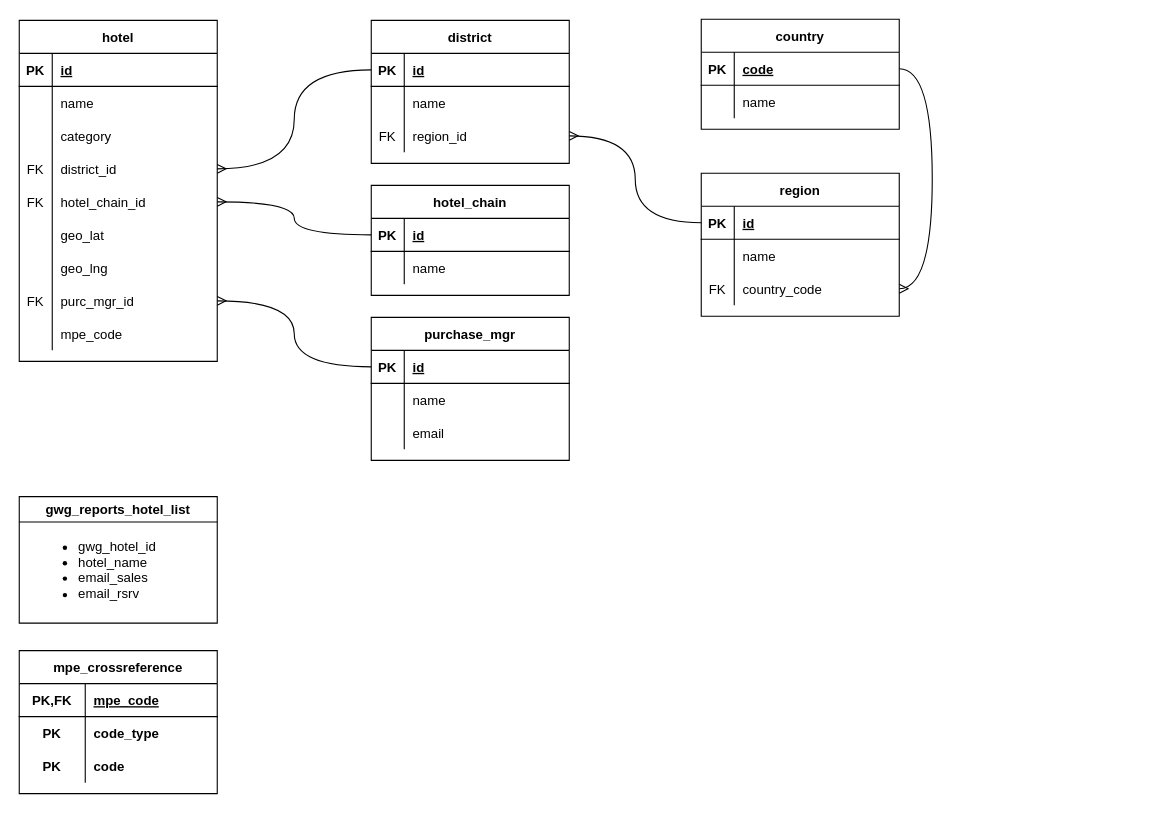
Before: hotels_master_list.drawio in justivan/drawio-diagrams, a draw.io diagram. Source tidied: cells renumbered, new cells numbered last; positions are measured from the earlier drawing's top-left corner, leaving out a move shared by most shapes. Both pictures are drawn from the tidied source at 110%, with x=0, y=0 at pixel (19, 19).
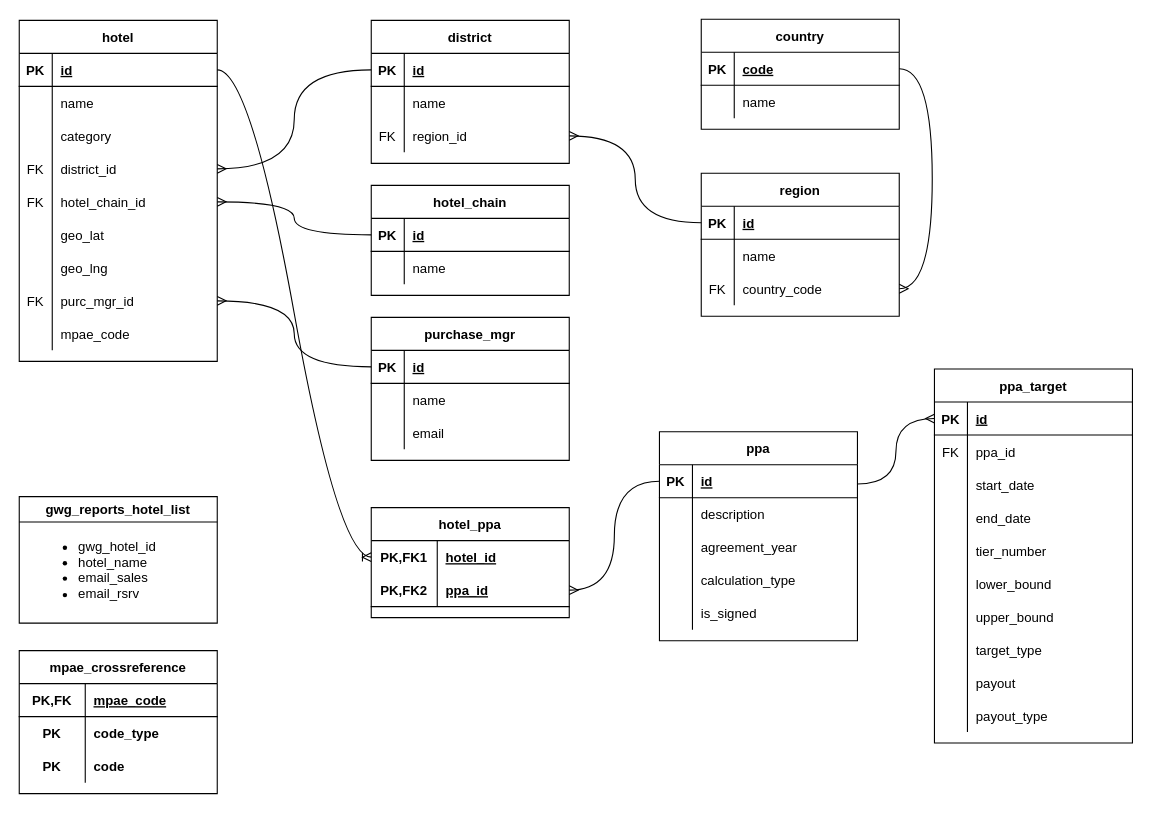
After the change.

Unchanged cells that the change refers to:
```xml
<mxCell id="3" style="shape=tableRow;horizontal=0;startSize=0;swimlaneHead=0;swimlaneBody=0;fillColor=none;points=[[0,0.5],[1,0.5]];portConstraint=eastwest;top=0;left=0;right=0;bottom=1;" parent="2" vertex="1">
  <mxGeometry y="30" width="180" height="30" as="geometry" />
</mxCell>
<mxCell id="27" style="shape=tableRow;horizontal=0;startSize=0;swimlaneHead=0;swimlaneBody=0;fillColor=none;top=0;left=0;right=0;bottom=0;" parent="2" vertex="1">
  <mxGeometry y="270" width="180" height="30" as="geometry" />
</mxCell>
<mxCell id="79" value="gwg_reports_hotel_list" style="swimlane;labelBackgroundColor=default;swimlaneFillColor=none;gradientColor=none;" parent="1" vertex="1">
  <mxGeometry y="434" width="180" height="115" as="geometry" />
</mxCell>
<mxCell id="82" style="shape=tableRow;horizontal=0;startSize=0;swimlaneHead=0;swimlaneBody=0;fillColor=none;top=0;left=0;right=0;bottom=1;" parent="81" vertex="1">
  <mxGeometry y="30" width="180" height="30" as="geometry" />
</mxCell>
```

What changed in the source:
```diff
@@
-    <mxCell id="29" value="mpe_code" style="shape=partialRectangle;fillColor=none;top=0;left=0;bottom=0;right=0;align=left;spacingLeft=6;overflow=hidden;" parent="27" vertex="1">
+    <mxCell id="29" value="mpae_code" style="shape=partialRectangle;fillColor=none;top=0;left=0;bottom=0;right=0;align=left;spacingLeft=6;overflow=hidden;" parent="27" vertex="1">
       <mxGeometry x="30" width="150" height="30" as="geometry" />
     </mxCell>
@@
-    <mxCell id="80" value="&lt;ul&gt;&lt;li&gt;gwg_hotel_id&lt;/li&gt;&lt;li&gt;hotel_name&lt;/li&gt;&lt;li&gt;email_sales&lt;/li&gt;&lt;li&gt;email_rsrv&lt;/li&gt;&lt;/ul&gt;" style="text;strokeColor=none;fillColor=none;html=1;whiteSpace=wrap;verticalAlign=middle;overflow=hidden;" parent="79" vertex="1">
+    <mxCell id="80" value="&lt;ul&gt;&lt;li&gt;gwg_hotel_id&lt;/li&gt;&lt;li&gt;hotel_name&lt;/li&gt;&lt;li&gt;email_sales&lt;/li&gt;&lt;li&gt;email_rsrv&lt;/li&gt;&lt;/ul&gt;" style="text;strokeColor=none;fillColor=none;html=1;verticalAlign=middle;overflow=hidden;horizontal=1;whiteSpace=wrap;spacingTop=0;strokeWidth=5;" parent="79" vertex="1">
       <mxGeometry x="12" y="24" width="158" height="80" as="geometry" />
     </mxCell>
-    <mxCell id="81" value="mpe_crossreference" style="shape=table;startSize=30;childLayout=tableLayout;rowLines=0;fontStyle=1;align=center;" parent="1" vertex="1">
+    <mxCell id="81" value="mpae_crossreference" style="shape=table;startSize=30;childLayout=tableLayout;rowLines=0;fontStyle=1;align=center;" parent="1" vertex="1">
       <mxGeometry y="574" width="180" height="130" as="geometry" />
     </mxCell>
@@
-    <mxCell id="84" value="mpe_code" style="shape=partialRectangle;fillColor=none;top=0;left=0;bottom=0;right=0;align=left;spacingLeft=6;fontStyle=5;overflow=hidden;" parent="82" vertex="1">
+    <mxCell id="84" value="mpae_code" style="shape=partialRectangle;fillColor=none;top=0;left=0;bottom=0;right=0;align=left;spacingLeft=6;fontStyle=5;overflow=hidden;" parent="82" vertex="1">
       <mxGeometry x="60" width="120" height="30" as="geometry" />
     </mxCell>
@@
+    <mxCell id="92" value="hotel_ppa" style="shape=table;startSize=30;childLayout=tableLayout;rowLines=0;fontStyle=1;align=center;" parent="1" vertex="1">
+      <mxGeometry x="320" y="444" width="180" height="100" as="geometry" />
+    </mxCell>
+    <mxCell id="93" style="shape=tableRow;horizontal=0;startSize=0;swimlaneHead=0;swimlaneBody=0;fillColor=none;points=[[0,0.5],[1,0.5]];portConstraint=eastwest;top=0;left=0;right=0;bottom=0;" parent="92" vertex="1">
+      <mxGeometry y="30" width="180" height="30" as="geometry" />
+    </mxCell>
+    <mxCell id="94" value="PK,FK1" style="shape=partialRectangle;fillColor=none;top=0;left=0;bottom=0;right=0;fontStyle=1;overflow=hidden;" parent="93" vertex="1">
+      <mxGeometry width="60" height="30" as="geometry" />
+    </mxCell>
+    <mxCell id="95" value="hotel_id" style="shape=partialRectangle;fillColor=none;top=0;left=0;bottom=0;right=0;align=left;spacingLeft=6;fontStyle=5;overflow=hidden;" parent="93" vertex="1">
+      <mxGeometry x="60" width="120" height="30" as="geometry" />
+    </mxCell>
+    <mxCell id="96" style="shape=tableRow;horizontal=0;startSize=0;swimlaneHead=0;swimlaneBody=0;fillColor=none;points=[[0,0.5],[1,0.5]];portConstraint=eastwest;top=0;left=0;right=0;bottom=1;" parent="92" vertex="1">
+      <mxGeometry y="60" width="180" height="30" as="geometry" />
+    </mxCell>
+    <mxCell id="97" value="PK,FK2" style="shape=partialRectangle;fillColor=none;top=0;left=0;bottom=0;right=0;fontStyle=1;overflow=hidden;" parent="96" vertex="1">
+      <mxGeometry width="60" height="30" as="geometry" />
+    </mxCell>
+    <mxCell id="98" value="ppa_id" style="shape=partialRectangle;fillColor=none;top=0;left=0;bottom=0;right=0;align=left;spacingLeft=6;fontStyle=5;overflow=hidden;" parent="96" vertex="1">
+      <mxGeometry x="60" width="120" height="30" as="geometry" />
+    </mxCell>
+    <mxCell id="99" style="edgeStyle=orthogonalEdgeStyle;curved=1;rounded=0;jettySize=auto;html=1;exitX=1;exitY=0.25;exitDx=0;exitDy=0;entryX=0;entryY=0.5;entryDx=0;entryDy=0;endArrow=ERmany;endFill=0;" parent="1" edge="1" source="100" target="117">
+      <mxGeometry relative="1" as="geometry" />
+    </mxCell>
+    <mxCell id="100" value="ppa" style="shape=table;startSize=30;childLayout=tableLayout;rowLines=0;fontStyle=1;align=center;" parent="1" vertex="1">
+      <mxGeometry x="582" y="375" width="180" height="190" as="geometry" />
+    </mxCell>
+    <mxCell id="101" style="shape=tableRow;horizontal=0;startSize=0;swimlaneHead=0;swimlaneBody=0;fillColor=none;points=[[0,0.5],[1,0.5]];portConstraint=eastwest;top=0;left=0;right=0;bottom=1;" parent="100" vertex="1">
+      <mxGeometry y="30" width="180" height="30" as="geometry" />
+    </mxCell>
+    <mxCell id="102" value="PK" style="shape=partialRectangle;fillColor=none;top=0;left=0;bottom=0;right=0;fontStyle=1;overflow=hidden;" parent="101" vertex="1">
+      <mxGeometry width="30" height="30" as="geometry" />
+    </mxCell>
+    <mxCell id="103" value="id" style="shape=partialRectangle;fillColor=none;top=0;left=0;bottom=0;right=0;align=left;spacingLeft=6;fontStyle=5;overflow=hidden;" parent="101" vertex="1">
+      <mxGeometry x="30" width="150" height="30" as="geometry" />
+    </mxCell>
+    <mxCell id="104" style="shape=tableRow;horizontal=0;startSize=0;swimlaneHead=0;swimlaneBody=0;fillColor=none;top=0;left=0;right=0;bottom=0;" parent="100" vertex="1">
+      <mxGeometry y="60" width="180" height="30" as="geometry" />
+    </mxCell>
+    <mxCell id="105" style="shape=partialRectangle;fillColor=none;top=0;left=0;bottom=0;right=0;overflow=hidden;" parent="104" vertex="1">
+      <mxGeometry width="30" height="30" as="geometry" />
+    </mxCell>
+    <mxCell id="106" value="description" style="shape=partialRectangle;fillColor=none;top=0;left=0;bottom=0;right=0;align=left;spacingLeft=6;overflow=hidden;" parent="104" vertex="1">
+      <mxGeometry x="30" width="150" height="30" as="geometry" />
+    </mxCell>
+    <mxCell id="107" style="shape=tableRow;horizontal=0;startSize=0;swimlaneHead=0;swimlaneBody=0;fillColor=none;top=0;left=0;right=0;bottom=0;" parent="100" vertex="1">
+      <mxGeometry y="90" width="180" height="30" as="geometry" />
+    </mxCell>
+    <mxCell id="108" style="shape=partialRectangle;fillColor=none;top=0;left=0;bottom=0;right=0;overflow=hidden;" parent="107" vertex="1">
+      <mxGeometry width="30" height="30" as="geometry" />
+    </mxCell>
+    <mxCell id="109" value="agreement_year" style="shape=partialRectangle;fillColor=none;top=0;left=0;bottom=0;right=0;align=left;spacingLeft=6;overflow=hidden;" parent="107" vertex="1">
+      <mxGeometry x="30" width="150" height="30" as="geometry" />
+    </mxCell>
+    <mxCell id="110" style="shape=tableRow;horizontal=0;startSize=0;swimlaneHead=0;swimlaneBody=0;fillColor=none;top=0;left=0;right=0;bottom=0;" parent="100" vertex="1">
+      <mxGeometry y="120" width="180" height="30" as="geometry" />
+    </mxCell>
+    <mxCell id="111" style="shape=partialRectangle;fillColor=none;top=0;left=0;bottom=0;right=0;overflow=hidden;" parent="110" vertex="1">
+      <mxGeometry width="30" height="30" as="geometry" />
+    </mxCell>
+    <mxCell id="112" value="calculation_type" style="shape=partialRectangle;fillColor=none;top=0;left=0;bottom=0;right=0;align=left;spacingLeft=6;overflow=hidden;" parent="110" vertex="1">
+      <mxGeometry x="30" width="150" height="30" as="geometry" />
+    </mxCell>
+    <mxCell id="113" style="shape=tableRow;horizontal=0;startSize=0;swimlaneHead=0;swimlaneBody=0;fillColor=none;top=0;left=0;right=0;bottom=0;" parent="100" vertex="1">
+      <mxGeometry y="150" width="180" height="30" as="geometry" />
+    </mxCell>
+    <mxCell id="114" style="shape=partialRectangle;fillColor=none;top=0;left=0;bottom=0;right=0;overflow=hidden;" parent="113" vertex="1">
+      <mxGeometry width="30" height="30" as="geometry" />
+    </mxCell>
+    <mxCell id="115" value="is_signed" style="shape=partialRectangle;fillColor=none;top=0;left=0;bottom=0;right=0;align=left;spacingLeft=6;overflow=hidden;" parent="113" vertex="1">
+      <mxGeometry x="30" width="150" height="30" as="geometry" />
+    </mxCell>
+    <mxCell id="116" value="ppa_target" style="shape=table;startSize=30;childLayout=tableLayout;rowLines=0;fontStyle=1;align=center;" parent="1" vertex="1">
+      <mxGeometry x="832" y="318" width="180" height="340" as="geometry" />
+    </mxCell>
+    <mxCell id="117" style="shape=tableRow;horizontal=0;startSize=0;swimlaneHead=0;swimlaneBody=0;fillColor=none;points=[[0,0.5],[1,0.5]];portConstraint=eastwest;top=0;left=0;right=0;bottom=1;" parent="116" vertex="1">
+      <mxGeometry y="30" width="180" height="30" as="geometry" />
+    </mxCell>
+    <mxCell id="118" value="PK" style="shape=partialRectangle;fillColor=none;top=0;left=0;bottom=0;right=0;fontStyle=1;overflow=hidden;" parent="117" vertex="1">
+      <mxGeometry width="30" height="30" as="geometry" />
+    </mxCell>
+    <mxCell id="119" value="id" style="shape=partialRectangle;fillColor=none;top=0;left=0;bottom=0;right=0;align=left;spacingLeft=6;fontStyle=5;overflow=hidden;" parent="117" vertex="1">
+      <mxGeometry x="30" width="150" height="30" as="geometry" />
+    </mxCell>
+    <mxCell id="120" style="shape=tableRow;horizontal=0;startSize=0;swimlaneHead=0;swimlaneBody=0;fillColor=none;top=0;left=0;right=0;bottom=0;" parent="116" vertex="1">
+      <mxGeometry y="60" width="180" height="30" as="geometry" />
+    </mxCell>
+    <mxCell id="121" value="FK" style="shape=partialRectangle;fillColor=none;top=0;left=0;bottom=0;right=0;overflow=hidden;" parent="120" vertex="1">
+      <mxGeometry width="30" height="30" as="geometry" />
+    </mxCell>
+    <mxCell id="122" value="ppa_id" style="shape=partialRectangle;fillColor=none;top=0;left=0;bottom=0;right=0;align=left;spacingLeft=6;overflow=hidden;" parent="120" vertex="1">
+      <mxGeometry x="30" width="150" height="30" as="geometry" />
+    </mxCell>
+    <mxCell id="123" style="shape=tableRow;horizontal=0;startSize=0;swimlaneHead=0;swimlaneBody=0;fillColor=none;top=0;left=0;right=0;bottom=0;" parent="116" vertex="1">
+      <mxGeometry y="90" width="180" height="30" as="geometry" />
+    </mxCell>
+    <mxCell id="124" style="shape=partialRectangle;fillColor=none;top=0;left=0;bottom=0;right=0;overflow=hidden;" parent="123" vertex="1">
+      <mxGeometry width="30" height="30" as="geometry" />
+    </mxCell>
+    <mxCell id="125" value="start_date" style="shape=partialRectangle;fillColor=none;top=0;left=0;bottom=0;right=0;align=left;spacingLeft=6;overflow=hidden;" parent="123" vertex="1">
+      <mxGeometry x="30" width="150" height="30" as="geometry" />
+    </mxCell>
+    <mxCell id="126" style="shape=tableRow;horizontal=0;startSize=0;swimlaneHead=0;swimlaneBody=0;fillColor=none;top=0;left=0;right=0;bottom=0;" parent="116" vertex="1">
+      <mxGeometry y="120" width="180" height="30" as="geometry" />
+    </mxCell>
+    <mxCell id="127" style="shape=partialRectangle;fillColor=none;top=0;left=0;bottom=0;right=0;overflow=hidden;" parent="126" vertex="1">
+      <mxGeometry width="30" height="30" as="geometry" />
+    </mxCell>
+    <mxCell id="128" value="end_date" style="shape=partialRectangle;fillColor=none;top=0;left=0;bottom=0;right=0;align=left;spacingLeft=6;overflow=hidden;" parent="126" vertex="1">
+      <mxGeometry x="30" width="150" height="30" as="geometry" />
+    </mxCell>
+    <mxCell id="129" style="shape=tableRow;horizontal=0;startSize=0;swimlaneHead=0;swimlaneBody=0;fillColor=none;top=0;left=0;right=0;bottom=0;" parent="116" vertex="1">
+      <mxGeometry y="150" width="180" height="30" as="geometry" />
+    </mxCell>
+    <mxCell id="130" style="shape=partialRectangle;fillColor=none;top=0;left=0;bottom=0;right=0;overflow=hidden;" parent="129" vertex="1">
+      <mxGeometry width="30" height="30" as="geometry" />
+    </mxCell>
+    <mxCell id="131" value="tier_number" style="shape=partialRectangle;fillColor=none;top=0;left=0;bottom=0;right=0;align=left;spacingLeft=6;overflow=hidden;" parent="129" vertex="1">
+      <mxGeometry x="30" width="150" height="30" as="geometry" />
+    </mxCell>
+    <mxCell id="132" style="shape=tableRow;horizontal=0;startSize=0;swimlaneHead=0;swimlaneBody=0;fillColor=none;top=0;left=0;right=0;bottom=0;" parent="116" vertex="1">
+      <mxGeometry y="180" width="180" height="30" as="geometry" />
+    </mxCell>
+    <mxCell id="133" style="shape=partialRectangle;fillColor=none;top=0;left=0;bottom=0;right=0;overflow=hidden;" parent="132" vertex="1">
+      <mxGeometry width="30" height="30" as="geometry" />
+    </mxCell>
+    <mxCell id="134" value="lower_bound" style="shape=partialRectangle;fillColor=none;top=0;left=0;bottom=0;right=0;align=left;spacingLeft=6;overflow=hidden;" parent="132" vertex="1">
+      <mxGeometry x="30" width="150" height="30" as="geometry" />
+    </mxCell>
+    <mxCell id="135" style="shape=tableRow;horizontal=0;startSize=0;swimlaneHead=0;swimlaneBody=0;fillColor=none;top=0;left=0;right=0;bottom=0;" parent="116" vertex="1">
+      <mxGeometry y="210" width="180" height="30" as="geometry" />
+    </mxCell>
+    <mxCell id="136" style="shape=partialRectangle;fillColor=none;top=0;left=0;bottom=0;right=0;overflow=hidden;" parent="135" vertex="1">
+      <mxGeometry width="30" height="30" as="geometry" />
+    </mxCell>
+    <mxCell id="137" value="upper_bound" style="shape=partialRectangle;fillColor=none;top=0;left=0;bottom=0;right=0;align=left;spacingLeft=6;overflow=hidden;" parent="135" vertex="1">
+      <mxGeometry x="30" width="150" height="30" as="geometry" />
+    </mxCell>
+    <mxCell id="138" style="shape=tableRow;horizontal=0;startSize=0;swimlaneHead=0;swimlaneBody=0;fillColor=none;top=0;left=0;right=0;bottom=0;" parent="116" vertex="1">
+      <mxGeometry y="240" width="180" height="30" as="geometry" />
+    </mxCell>
+    <mxCell id="139" style="shape=partialRectangle;fillColor=none;top=0;left=0;bottom=0;right=0;overflow=hidden;" parent="138" vertex="1">
+      <mxGeometry width="30" height="30" as="geometry" />
+    </mxCell>
+    <mxCell id="140" value="target_type" style="shape=partialRectangle;fillColor=none;top=0;left=0;bottom=0;right=0;align=left;spacingLeft=6;overflow=hidden;" parent="138" vertex="1">
+      <mxGeometry x="30" width="150" height="30" as="geometry" />
+    </mxCell>
+    <mxCell id="141" style="shape=tableRow;horizontal=0;startSize=0;swimlaneHead=0;swimlaneBody=0;fillColor=none;top=0;left=0;right=0;bottom=0;" parent="116" vertex="1">
+      <mxGeometry y="270" width="180" height="30" as="geometry" />
+    </mxCell>
+    <mxCell id="142" style="shape=partialRectangle;fillColor=none;top=0;left=0;bottom=0;right=0;overflow=hidden;" parent="141" vertex="1">
+      <mxGeometry width="30" height="30" as="geometry" />
+    </mxCell>
+    <mxCell id="143" value="payout" style="shape=partialRectangle;fillColor=none;top=0;left=0;bottom=0;right=0;align=left;spacingLeft=6;overflow=hidden;" parent="141" vertex="1">
+      <mxGeometry x="30" width="150" height="30" as="geometry" />
+    </mxCell>
+    <mxCell id="144" style="shape=tableRow;horizontal=0;startSize=0;swimlaneHead=0;swimlaneBody=0;fillColor=none;top=0;left=0;right=0;bottom=0;" parent="116" vertex="1">
+      <mxGeometry y="300" width="180" height="30" as="geometry" />
+    </mxCell>
+    <mxCell id="145" style="shape=partialRectangle;fillColor=none;top=0;left=0;bottom=0;right=0;overflow=hidden;" parent="144" vertex="1">
+      <mxGeometry width="30" height="30" as="geometry" />
+    </mxCell>
+    <mxCell id="146" value="payout_type" style="shape=partialRectangle;fillColor=none;top=0;left=0;bottom=0;right=0;align=left;spacingLeft=6;overflow=hidden;" parent="144" vertex="1">
+      <mxGeometry x="30" width="150" height="30" as="geometry" />
+    </mxCell>
+    <mxCell id="147" style="edgeStyle=entityRelationEdgeStyle;fontSize=12;html=1;endArrow=ERoneToMany;rounded=0;curved=1;exitX=1;exitY=0.5;exitDx=0;exitDy=0;entryX=0;entryY=0.5;entryDx=0;entryDy=0;" parent="1" edge="1" source="3" target="93">
+      <mxGeometry relative="1" as="geometry" />
+    </mxCell>
+    <mxCell id="148" style="edgeStyle=orthogonalEdgeStyle;curved=1;rounded=0;jettySize=auto;html=1;entryX=1;entryY=0.5;entryDx=0;entryDy=0;endArrow=ERmany;endFill=0;" parent="1" edge="1" source="101" target="96">
+      <mxGeometry relative="1" as="geometry" />
+    </mxCell>
```
